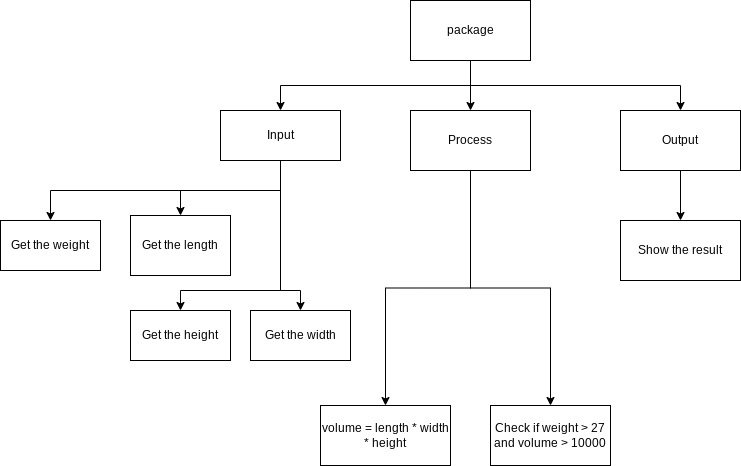
The draw.io diagram design.package.top-down.png in Yiyun-Qin/ICS3U-Assignment3-Python, before a commit. Source tidied: cells renumbered, new cells last; positions are measured from the earlier drawing's top-left corner, leaving out a move shared by most shapes.
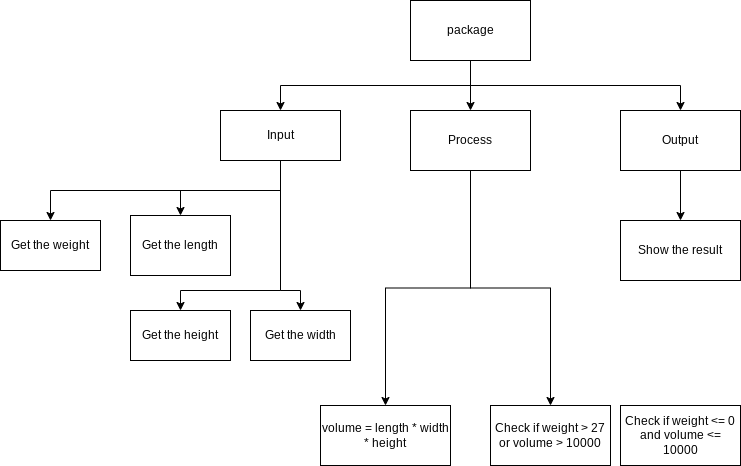
Later version of the same file.

Change to the diagram source:
```diff
@@ -62,7 +62,7 @@
     <mxCell id="16" value="Get the weight" style="rounded=0;whiteSpace=wrap;html=1;" parent="1" vertex="1">
       <mxGeometry y="220" width="100" height="50" as="geometry" />
     </mxCell>
-    <mxCell id="17" value="Check if weight &amp;gt; 27 and volume &amp;gt; 10000" style="rounded=0;whiteSpace=wrap;html=1;" parent="1" vertex="1">
+    <mxCell id="17" value="Check if weight &amp;gt; 27 or volume &amp;gt; 10000" style="rounded=0;whiteSpace=wrap;html=1;" parent="1" vertex="1">
       <mxGeometry x="490" y="405" width="120" height="60" as="geometry" />
     </mxCell>
     <mxCell id="18" value="Show the result" style="rounded=0;whiteSpace=wrap;html=1;" parent="1" vertex="1">
@@ -80,5 +80,8 @@
     <mxCell id="22" value="Get the height" style="rounded=0;whiteSpace=wrap;html=1;" parent="1" vertex="1">
       <mxGeometry x="130" y="310" width="100" height="50" as="geometry" />
     </mxCell>
+    <mxCell id="23" value="Check if weight &amp;lt;= 0 and volume &amp;lt;= 10000" style="rounded=0;whiteSpace=wrap;html=1;" parent="1" vertex="1">
+      <mxGeometry x="620" y="405" width="120" height="60" as="geometry" />
+    </mxCell>
   </root>
 </mxGraphModel>
```
